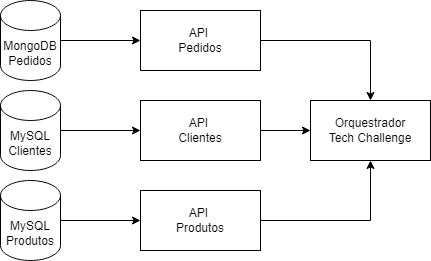
Before: src/assets/arquitetura/flowdatabases.png, a diagram exported from draw.io (miika07/tech-challenge). Source tidied: cells renumbered, new cells last; positions are measured from the earlier drawing's top-left corner, leaving out a move shared by most shapes.
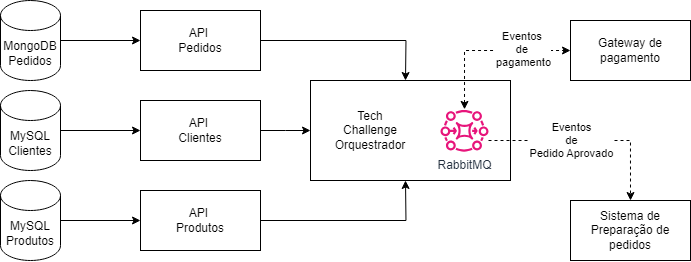
Above is the later version.

Commit message:
adição de novo diagrama de arquitetura e estruturação do read.me para a quinta entrega

Diff of the diagram source:
```diff
@@ -2,27 +2,33 @@
   <root>
     <mxCell id="0" />
     <mxCell id="1" parent="0" />
+    <mxCell id="15" style="rounded=0;whiteSpace=wrap;html=1;" parent="1" vertex="1">
+      <mxGeometry x="310" y="80" width="200" height="100" as="geometry" />
+    </mxCell>
-    <mxCell id="2" style="edgeStyle=orthogonalEdgeStyle;rounded=0;jettySize=auto;html=1;" parent="1" edge="1" source="3" target="8">
-      <mxGeometry relative="1" as="geometry" />
+    <mxCell id="2" style="edgeStyle=orthogonalEdgeStyle;rounded=0;jettySize=auto;html=1;" parent="1" edge="1" source="3">
+      <mxGeometry relative="1" as="geometry">
+        <mxPoint x="405" y="80" as="targetPoint" />
+      </mxGeometry>
     </mxCell>
     <mxCell id="3" value="API&amp;nbsp;&lt;div&gt;Pedidos&lt;/div&gt;" style="rounded=0;whiteSpace=wrap;html=1;" parent="1" vertex="1">
       <mxGeometry x="140" y="10" width="120" height="60" as="geometry" />
     </mxCell>
-    <mxCell id="4" style="edgeStyle=orthogonalEdgeStyle;rounded=0;jettySize=auto;html=1;" parent="1" edge="1" source="5" target="8">
-      <mxGeometry relative="1" as="geometry" />
+    <mxCell id="4" style="edgeStyle=orthogonalEdgeStyle;rounded=0;jettySize=auto;html=1;" parent="1" edge="1" source="5">
+      <mxGeometry relative="1" as="geometry">
+        <mxPoint x="310" y="130" as="targetPoint" />
+      </mxGeometry>
     </mxCell>
     <mxCell id="5" value="API&amp;nbsp;&lt;div&gt;Clientes&lt;/div&gt;" style="rounded=0;whiteSpace=wrap;html=1;" parent="1" vertex="1">
       <mxGeometry x="140" y="100" width="120" height="60" as="geometry" />
     </mxCell>
-    <mxCell id="6" style="edgeStyle=orthogonalEdgeStyle;rounded=0;jettySize=auto;html=1;entryX=0.5;entryY=1;entryDx=0;entryDy=0;" parent="1" edge="1" source="7" target="8">
-      <mxGeometry relative="1" as="geometry" />
+    <mxCell id="6" style="edgeStyle=orthogonalEdgeStyle;rounded=0;jettySize=auto;html=1;entryX=0.5;entryY=1;entryDx=0;entryDy=0;" parent="1" edge="1" source="7">
+      <mxGeometry relative="1" as="geometry">
+        <mxPoint x="405" y="180" as="targetPoint" />
+      </mxGeometry>
     </mxCell>
     <mxCell id="7" value="API&amp;nbsp;&lt;div&gt;Produtos&lt;/div&gt;" style="rounded=0;whiteSpace=wrap;html=1;" parent="1" vertex="1">
       <mxGeometry x="140" y="190" width="120" height="60" as="geometry" />
     </mxCell>
-    <mxCell id="8" value="Orquestrador&lt;div&gt;Tech Challenge&lt;/div&gt;" style="rounded=0;whiteSpace=wrap;html=1;" parent="1" vertex="1">
-      <mxGeometry x="310" y="100" width="120" height="60" as="geometry" />
-    </mxCell>
     <mxCell id="9" style="edgeStyle=orthogonalEdgeStyle;rounded=0;jettySize=auto;html=1;entryX=0;entryY=0.5;entryDx=0;entryDy=0;" parent="1" edge="1" source="10" target="3">
       <mxGeometry relative="1" as="geometry" />
     </mxCell>
@@ -41,5 +47,39 @@
     <mxCell id="14" value="MySQL&lt;div&gt;Produtos&lt;/div&gt;" style="shape=cylinder3;whiteSpace=wrap;html=1;boundedLbl=1;backgroundOutline=1;size=15;" parent="1" vertex="1">
       <mxGeometry y="180" width="60" height="80" as="geometry" />
     </mxCell>
+    <mxCell id="16" style="edgeStyle=orthogonalEdgeStyle;rounded=0;jettySize=auto;html=1;entryX=0.5;entryY=0;entryDx=0;entryDy=0;dashed=1;" parent="1" edge="1" source="20" target="23">
+      <mxGeometry relative="1" as="geometry">
+        <Array as="points">
+          <mxPoint x="630" y="140" />
+        </Array>
+      </mxGeometry>
+    </mxCell>
+    <mxCell id="17" value="Eventos&lt;div&gt;de&lt;/div&gt;&lt;div&gt;Pedido Aprovado&lt;/div&gt;" style="edgeLabel;html=1;align=center;verticalAlign=middle;" parent="16" vertex="1">
+      <mxGeometry x="-0.19" y="1" relative="1" as="geometry">
+        <mxPoint x="1" y="1" as="offset" />
+      </mxGeometry>
+    </mxCell>
+    <mxCell id="18" style="edgeStyle=orthogonalEdgeStyle;rounded=0;jettySize=auto;html=1;entryX=0;entryY=0.5;entryDx=0;entryDy=0;dashed=1;startArrow=classic;startFill=1;" parent="1" edge="1" source="20" target="21">
+      <mxGeometry relative="1" as="geometry">
+        <Array as="points">
+          <mxPoint x="464" y="50" />
+        </Array>
+      </mxGeometry>
+    </mxCell>
+    <mxCell id="19" value="Eventos&amp;nbsp;&lt;div&gt;de&amp;nbsp;&lt;/div&gt;&lt;div&gt;pagamento&lt;/div&gt;" style="edgeLabel;html=1;align=center;verticalAlign=middle;" parent="18" vertex="1">
+      <mxGeometry x="0.43" y="1" relative="1" as="geometry" />
+    </mxCell>
+    <mxCell id="20" value="RabbitMQ" style="sketch=0;outlineConnect=0;fontColor=#232F3E;gradientColor=none;fillColor=#E7157B;strokeColor=none;dashed=0;verticalLabelPosition=bottom;verticalAlign=top;align=center;html=1;fontSize=12;fontStyle=0;shape=mxgraph.aws4.mq_broker;" parent="1" vertex="1">
+      <mxGeometry x="440" y="108.8" width="48" height="42.5" as="geometry" />
+    </mxCell>
+    <mxCell id="21" value="Gateway de pagamento" style="rounded=0;whiteSpace=wrap;html=1;" parent="1" vertex="1">
+      <mxGeometry x="570" y="20" width="120" height="60" as="geometry" />
+    </mxCell>
+    <mxCell id="22" value="Tech Challenge&lt;div&gt;Orquestrador&lt;/div&gt;" style="text;html=1;align=center;verticalAlign=middle;whiteSpace=wrap;rounded=0;" parent="1" vertex="1">
+      <mxGeometry x="340" y="115" width="60" height="30" as="geometry" />
+    </mxCell>
+    <mxCell id="23" value="Sistema de Preparação de pedidos" style="rounded=0;whiteSpace=wrap;html=1;" parent="1" vertex="1">
+      <mxGeometry x="570" y="200" width="120" height="60" as="geometry" />
+    </mxCell>
   </root>
 </mxGraphModel>
```
